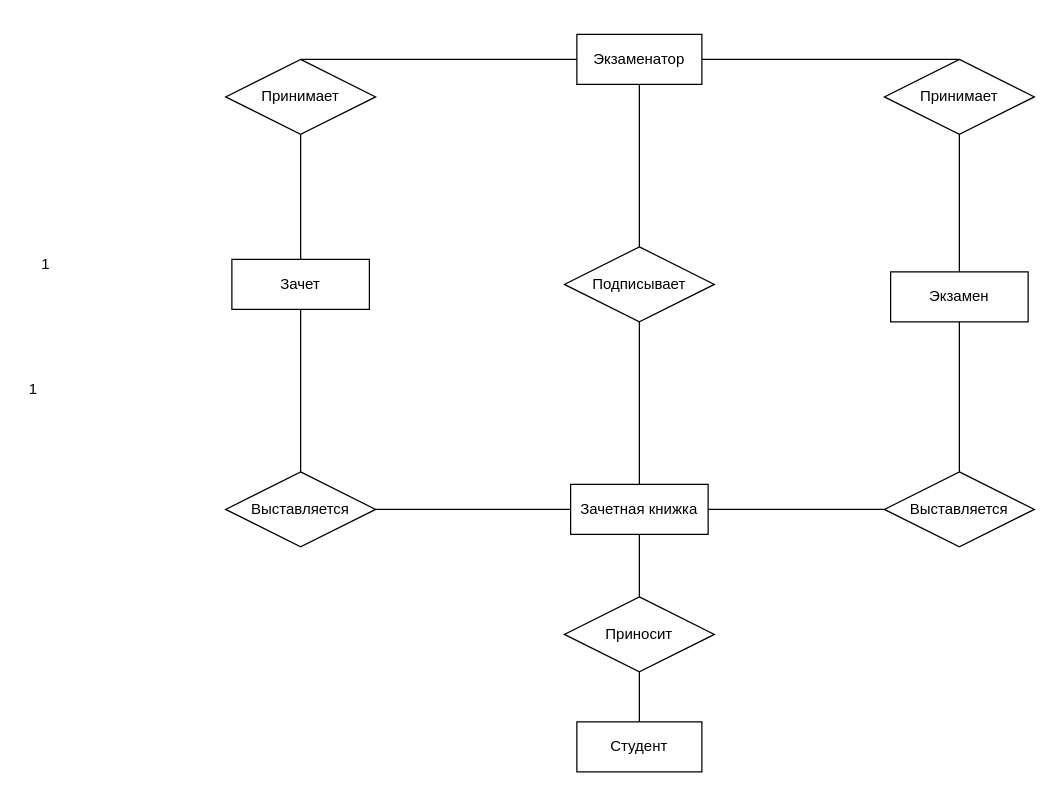
Earlier version of the draw.io diagram Session.drawio (LisaShymkovich/BSU_DBMS_Lab_4). Source tidied: cells renumbered, new cells numbered last; positions are measured from the earlier drawing's top-left corner, leaving out a move shared by most shapes. Both pictures are drawn from the tidied source at 125%, with x=0, y=0 at pixel (21, 34).
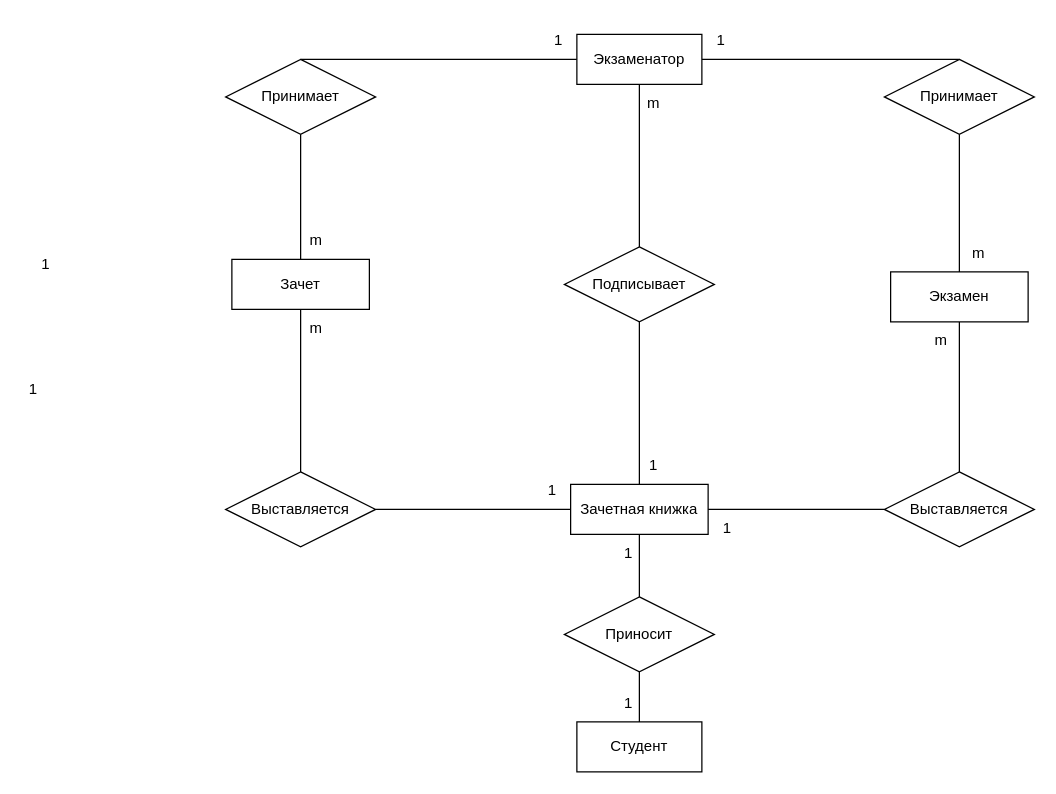
Above is the later version.

Change to the diagram source:
```diff
@@
+    <mxCell id="28" value="1" style="text;html=1;align=center;verticalAlign=middle;strokeColor=none;fillColor=none;" parent="1" vertex="1">
+      <mxGeometry x="470" y="520" width="30" height="30" as="geometry" />
+    </mxCell>
+    <mxCell id="29" value="1" style="text;html=1;align=center;verticalAlign=middle;strokeColor=none;fillColor=none;" parent="1" vertex="1">
+      <mxGeometry x="470" y="400" width="30" height="30" as="geometry" />
+    </mxCell>
+    <mxCell id="30" value="1" style="text;html=1;align=center;verticalAlign=middle;strokeColor=none;fillColor=none;" parent="1" vertex="1">
+      <mxGeometry x="549" y="380" width="30" height="30" as="geometry" />
+    </mxCell>
+    <mxCell id="31" value="m" style="text;html=1;align=center;verticalAlign=middle;strokeColor=none;fillColor=none;" parent="1" vertex="1">
+      <mxGeometry x="720" y="230" width="30" height="30" as="geometry" />
+    </mxCell>
+    <mxCell id="32" value="1" style="text;html=1;align=center;verticalAlign=middle;strokeColor=none;fillColor=none;" parent="1" vertex="1">
+      <mxGeometry x="409" y="350" width="30" height="30" as="geometry" />
+    </mxCell>
+    <mxCell id="33" value="m" style="text;html=1;align=center;verticalAlign=middle;strokeColor=none;fillColor=none;" parent="1" vertex="1">
+      <mxGeometry x="220" y="220" width="30" height="30" as="geometry" />
+    </mxCell>
+    <mxCell id="34" value="m" style="text;html=1;align=center;verticalAlign=middle;strokeColor=none;fillColor=none;" parent="1" vertex="1">
+      <mxGeometry x="490" y="40" width="30" height="30" as="geometry" />
+    </mxCell>
+    <mxCell id="35" value="1" style="text;html=1;align=center;verticalAlign=middle;strokeColor=none;fillColor=none;" parent="1" vertex="1">
+      <mxGeometry x="490" y="330" width="30" height="30" as="geometry" />
+    </mxCell>
+    <mxCell id="36" value="m" style="text;html=1;align=center;verticalAlign=middle;strokeColor=none;fillColor=none;" parent="1" vertex="1">
+      <mxGeometry x="750" y="160" width="30" height="30" as="geometry" />
+    </mxCell>
+    <mxCell id="37" value="1" style="text;html=1;align=center;verticalAlign=middle;strokeColor=none;fillColor=none;" parent="1" vertex="1">
+      <mxGeometry x="544" y="-10" width="30" height="30" as="geometry" />
+    </mxCell>
+    <mxCell id="38" value="m" style="text;html=1;align=center;verticalAlign=middle;strokeColor=none;fillColor=none;" parent="1" vertex="1">
+      <mxGeometry x="220" y="150" width="30" height="30" as="geometry" />
+    </mxCell>
+    <mxCell id="39" value="1" style="text;html=1;align=center;verticalAlign=middle;strokeColor=none;fillColor=none;" parent="1" vertex="1">
+      <mxGeometry x="414" y="-10" width="30" height="30" as="geometry" />
+    </mxCell>
```
